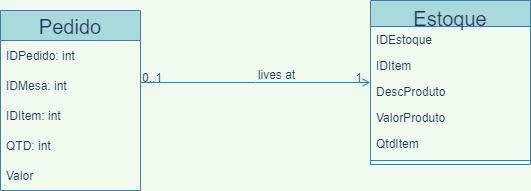
Before: Diagrama de Classe Estoque.drawio.png, a diagram exported from draw.io (hinname/project-Restaurant). Source tidied: cells renumbered, new cells last; positions are measured from the earlier drawing's top-left corner, leaving out a move shared by most shapes.
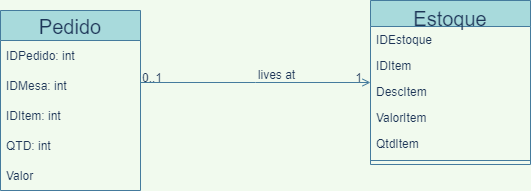
Above is the later version.

Diff of the diagram source:
```diff
@@ -11,10 +11,10 @@
     <mxCell id="4" value="IDItem" style="text;align=left;verticalAlign=top;spacingLeft=4;spacingRight=4;overflow=hidden;rounded=0;shadow=0;html=0;fontColor=#1D3557;" parent="2" vertex="1">
       <mxGeometry y="52" width="160" height="26" as="geometry" />
     </mxCell>
-    <mxCell id="5" value="DescProduto" style="text;align=left;verticalAlign=top;spacingLeft=4;spacingRight=4;overflow=hidden;rounded=0;shadow=0;html=0;fontColor=#1D3557;" parent="2" vertex="1">
+    <mxCell id="5" value="DescItem" style="text;align=left;verticalAlign=top;spacingLeft=4;spacingRight=4;overflow=hidden;rounded=0;shadow=0;html=0;fontColor=#1D3557;" parent="2" vertex="1">
       <mxGeometry y="78" width="160" height="26" as="geometry" />
     </mxCell>
-    <mxCell id="6" value="ValorProduto" style="text;align=left;verticalAlign=top;spacingLeft=4;spacingRight=4;overflow=hidden;rounded=0;shadow=0;html=0;fontColor=#1D3557;" parent="2" vertex="1">
+    <mxCell id="6" value="ValorItem" style="text;align=left;verticalAlign=top;spacingLeft=4;spacingRight=4;overflow=hidden;rounded=0;shadow=0;html=0;fontColor=#1D3557;" parent="2" vertex="1">
       <mxGeometry y="104" width="160" height="26" as="geometry" />
     </mxCell>
     <mxCell id="7" value="QtdItem" style="text;align=left;verticalAlign=top;spacingLeft=4;spacingRight=4;overflow=hidden;rounded=0;shadow=0;html=0;fontColor=#1D3557;" parent="2" vertex="1">
```
